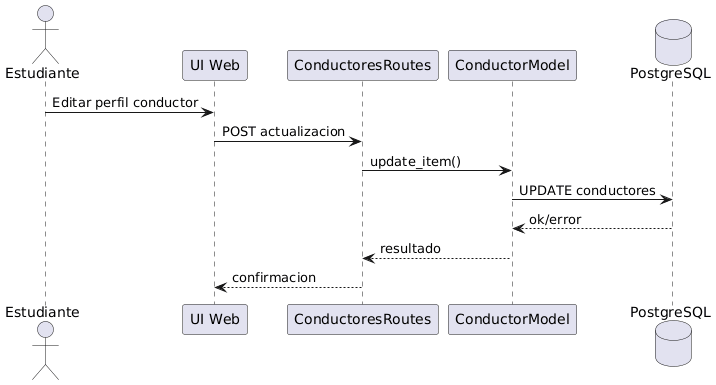
Before: docs/uml/render/secuencias/CU14_gestionar_perfil_conductor.png, a diagram exported from PlantUML (maranavard/SISTEMA-COMPUTACIONAL-PARA-LA-GESTION-Y-CONTROL-DE-ACCESO-DE-AUTOMOVILES-M-DULO-WEB). Source of this version:
```plantuml
@startuml
actor Estudiante
participant "UI Web" as UI
participant "ConductoresRoutes" as C
participant "ConductorModel" as M
database "PostgreSQL" as DB

Estudiante -> UI : Editar perfil conductor
UI -> C : POST actualizacion
C -> M : update_item()
M -> DB : UPDATE conductores
DB --> M : ok/error
M --> C : resultado
C --> UI : confirmacion
@enduml
```
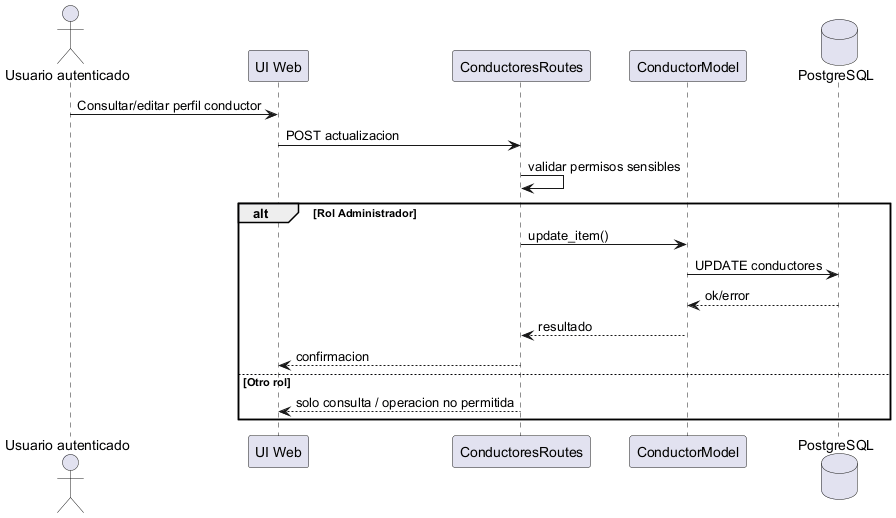
After the commit.

Diff of the diagram source:
```diff
@@ -1,15 +1,20 @@
-@startuml
-actor Estudiante
+@startuml CU14_gestionar_perfil_conductor
+actor "Usuario autenticado" as Usuario
 participant "UI Web" as UI
 participant "ConductoresRoutes" as C
 participant "ConductorModel" as M
 database "PostgreSQL" as DB
 
-Estudiante -> UI : Editar perfil conductor
+Usuario -> UI : Consultar/editar perfil conductor
 UI -> C : POST actualizacion
-C -> M : update_item()
-M -> DB : UPDATE conductores
-DB --> M : ok/error
-M --> C : resultado
-C --> UI : confirmacion
+C -> C : validar permisos sensibles
+alt Rol Administrador
+	C -> M : update_item()
+	M -> DB : UPDATE conductores
+	DB --> M : ok/error
+	M --> C : resultado
+	C --> UI : confirmacion
+else Otro rol
+	C --> UI : solo consulta / operacion no permitida
+end
 @enduml
```
